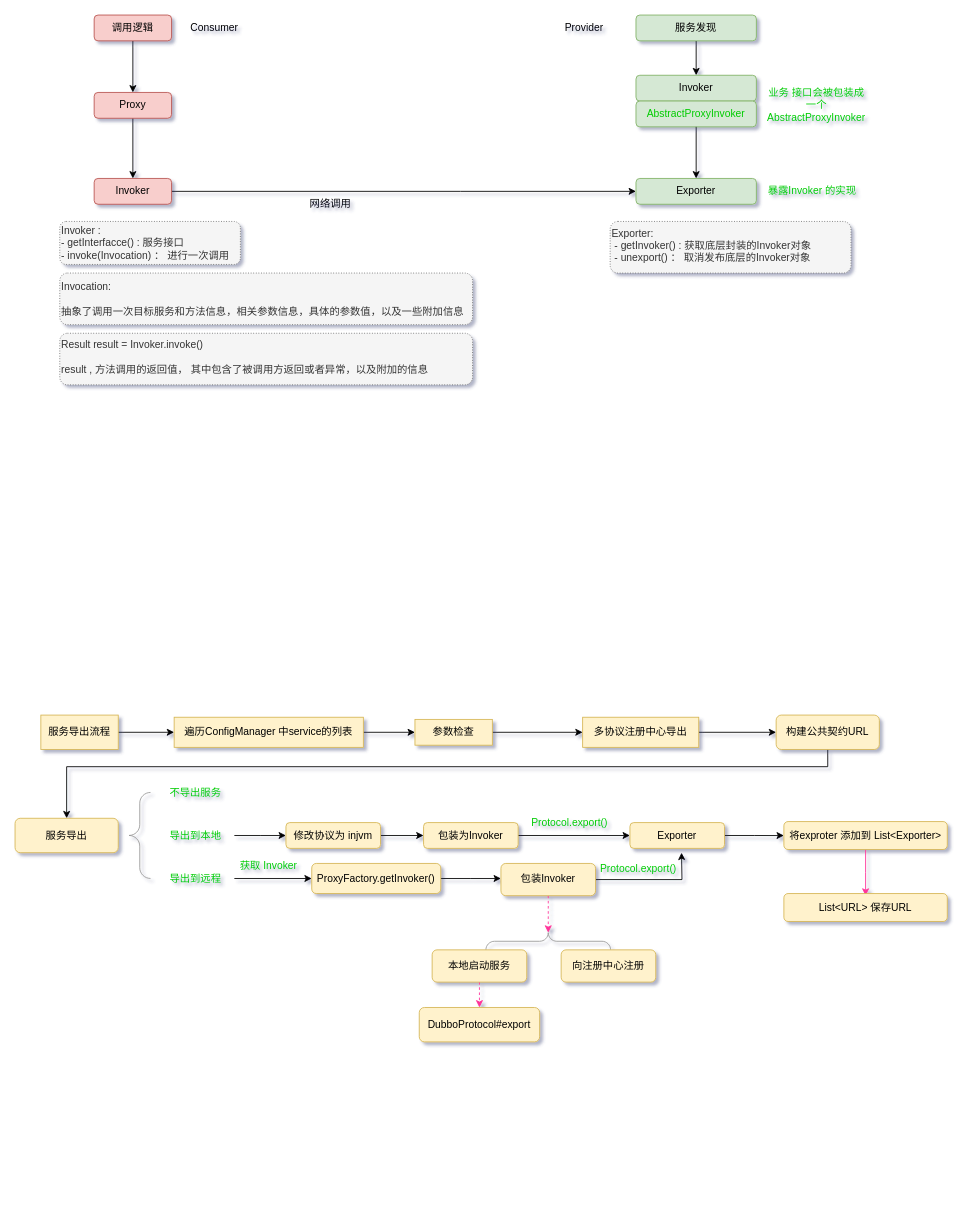
This is dubbo - 总结流程图.drawio from topyuluo/photo-project, a draw.io file, before an edit. Source tidied: cells renumbered, new cells numbered last; positions are measured from the earlier drawing's top-left corner, leaving out a move shared by most shapes. Both pictures are drawn from the tidied source at 86%, with x=0, y=0 at pixel (15, 15).
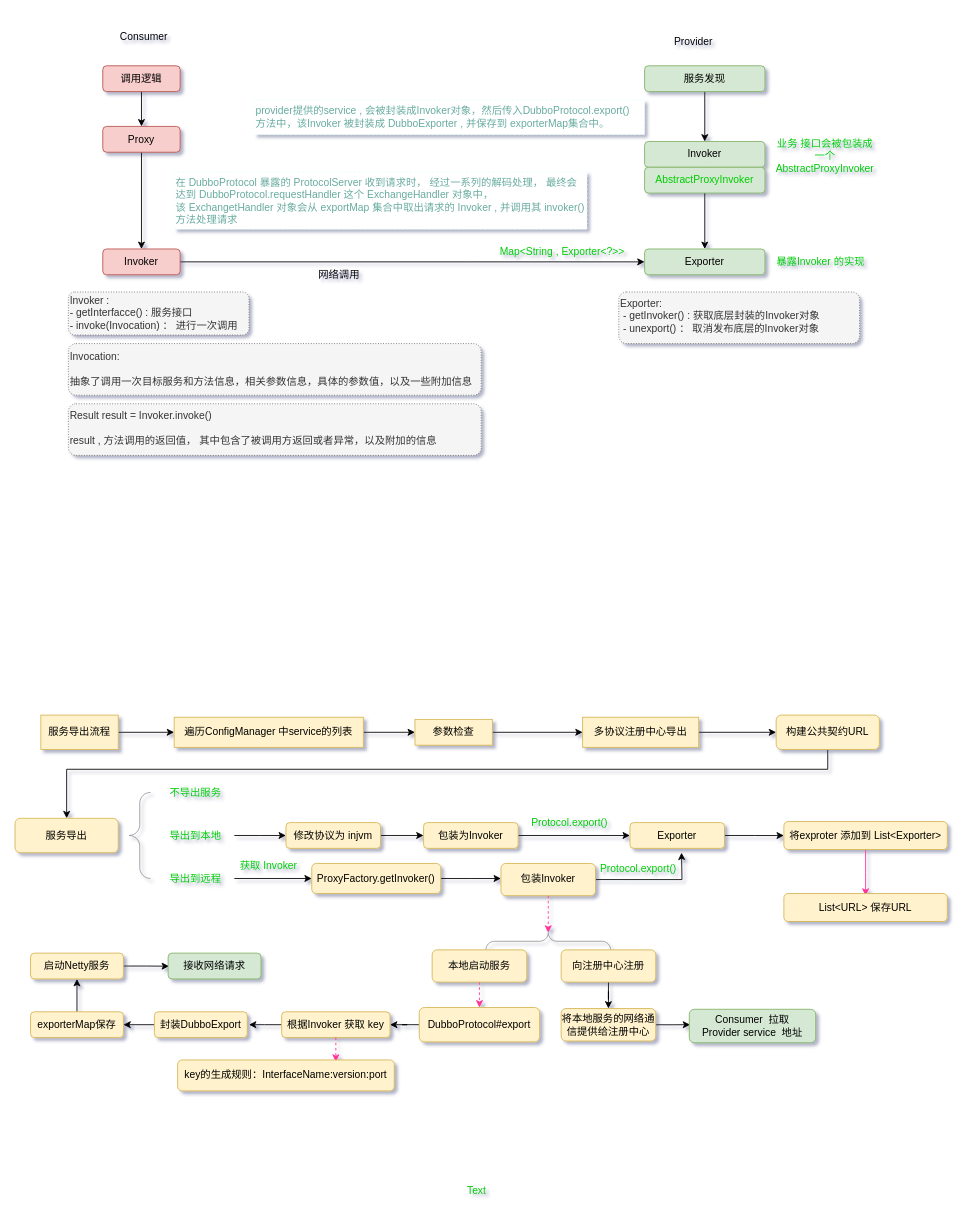
The same page after the edit.

Commit message:
更新dubbo - 总结流程图.drawio

Unchanged cells that the change refers to:
```xml
<mxCell id="32" value="构建公共契约URL" style="rounded=1;whiteSpace=wrap;html=1;align=center;fillColor=#fff2cc;strokeColor=#d6b656;" parent="1" vertex="1">
  <mxGeometry x="885" y="814" width="120" height="40" as="geometry" />
</mxCell>
<mxCell id="33" value="服务导出" style="rounded=1;whiteSpace=wrap;html=1;align=center;fillColor=#fff2cc;strokeColor=#d6b656;" parent="1" vertex="1">
  <mxGeometry y="934" width="120" height="40" as="geometry" />
</mxCell>
<mxCell id="59" value="向注册中心注册" style="rounded=1;whiteSpace=wrap;html=1;align=center;fillColor=#fff2cc;strokeColor=#d6b656;" parent="1" vertex="1">
  <mxGeometry x="635" y="1087" width="110" height="37.5" as="geometry" />
</mxCell>
<mxCell id="60" value="DubboProtocol#export" style="rounded=1;whiteSpace=wrap;html=1;align=center;fillColor=#fff2cc;strokeColor=#d6b656;" parent="1" vertex="1">
  <mxGeometry x="470" y="1154" width="140" height="40" as="geometry" />
</mxCell>
```

What changed in the source:
```diff
@@
     <mxCell id="3" value="调用逻辑" style="rounded=1;whiteSpace=wrap;html=1;fillColor=#f8cecc;strokeColor=#b85450;" parent="1" vertex="1">
-      <mxGeometry x="92" width="90" height="30" as="geometry" />
+      <mxGeometry x="102" y="59" width="90" height="30" as="geometry" />
     </mxCell>
@@
     <mxCell id="5" value="Proxy" style="rounded=1;whiteSpace=wrap;html=1;fillColor=#f8cecc;strokeColor=#b85450;" parent="1" vertex="1">
-      <mxGeometry x="92" y="90" width="90" height="30" as="geometry" />
+      <mxGeometry x="102" y="129.5" width="90" height="30" as="geometry" />
     </mxCell>
     <mxCell id="6" style="edgeStyle=orthogonalEdgeStyle;rounded=0;jettySize=auto;html=1;entryX=0;entryY=0.5;entryDx=0;entryDy=0;" parent="1" edge="1" source="7" target="8">
       <mxGeometry relative="1" as="geometry">
         <Array as="points">
-          <mxPoint x="518" y="205" />
-          <mxPoint x="518" y="205" />
+          <mxPoint x="528" y="287" />
+          <mxPoint x="528" y="287" />
         </Array>
       </mxGeometry>
     </mxCell>
     <mxCell id="7" value="Invoker" style="rounded=1;whiteSpace=wrap;html=1;fillColor=#f8cecc;strokeColor=#b85450;" parent="1" vertex="1">
-      <mxGeometry x="92" y="190" width="90" height="30" as="geometry" />
+      <mxGeometry x="102" y="272" width="90" height="30" as="geometry" />
     </mxCell>
     <mxCell id="8" value="Exporter" style="rounded=1;whiteSpace=wrap;html=1;fillColor=#d5e8d4;strokeColor=#82b366;" parent="1" vertex="1">
-      <mxGeometry x="722" y="190" width="140" height="30" as="geometry" />
+      <mxGeometry x="732" y="272" width="140" height="30" as="geometry" />
     </mxCell>
@@
     <mxCell id="10" value="Invoker" style="rounded=1;whiteSpace=wrap;html=1;fillColor=#d5e8d4;strokeColor=#82b366;" parent="1" vertex="1">
-      <mxGeometry x="722" y="70" width="140" height="30" as="geometry" />
+      <mxGeometry x="732" y="147" width="140" height="30" as="geometry" />
     </mxCell>
@@
     <mxCell id="12" value="服务发现" style="rounded=1;whiteSpace=wrap;html=1;fillColor=#d5e8d4;strokeColor=#82b366;" parent="1" vertex="1">
-      <mxGeometry x="722" width="140" height="30" as="geometry" />
+      <mxGeometry x="732" y="59" width="140" height="30" as="geometry" />
     </mxCell>
     <mxCell id="13" value="Provider" style="text;html=1;strokeColor=none;fillColor=none;align=center;verticalAlign=middle;whiteSpace=wrap;rounded=0;" parent="1" vertex="1">
-      <mxGeometry x="642" y="5" width="40" height="20" as="geometry" />
+      <mxGeometry x="750" y="17" width="78" height="27" as="geometry" />
     </mxCell>
     <mxCell id="14" value="Consumer" style="text;html=1;strokeColor=none;fillColor=none;align=center;verticalAlign=middle;whiteSpace=wrap;rounded=0;" parent="1" vertex="1">
-      <mxGeometry x="212" y="5" width="40" height="20" as="geometry" />
+      <mxGeometry x="130" y="15" width="40" height="20" as="geometry" />
     </mxCell>
     <mxCell id="15" value="网络调用" style="text;html=1;strokeColor=none;fillColor=none;align=center;verticalAlign=middle;whiteSpace=wrap;rounded=0;" parent="1" vertex="1">
-      <mxGeometry x="322" y="210" width="90" height="20" as="geometry" />
+      <mxGeometry x="332" y="292" width="90" height="20" as="geometry" />
     </mxCell>
     <mxCell id="16" value="&lt;span&gt;Invocation:&lt;/span&gt;&lt;br&gt;&lt;br&gt;&lt;span&gt;抽象了调用一次目标服务和方法信息，相关参数信息，具体的参数值，以及一些附加信息&lt;/span&gt;" style="rounded=1;whiteSpace=wrap;html=1;fontColor=#333333;align=left;dashed=1;dashPattern=1 2;fillColor=#f5f5f5;strokeColor=#666666;" parent="1" vertex="1">
-      <mxGeometry x="52" y="300" width="480" height="60" as="geometry" />
+      <mxGeometry x="62" y="382" width="480" height="60" as="geometry" />
     </mxCell>
     <mxCell id="17" value="&lt;span&gt;Invoker :&lt;br&gt;- getInterfacce() : 服务接口&lt;/span&gt;&lt;br&gt;&lt;span&gt;- invoke(Invocation) ： 进行一次调用&lt;/span&gt;" style="rounded=1;whiteSpace=wrap;html=1;dashed=1;align=left;dashPattern=1 2;fillColor=#f5f5f5;strokeColor=#666666;fontColor=#333333;" parent="1" vertex="1">
-      <mxGeometry x="52" y="240" width="210" height="50" as="geometry" />
+      <mxGeometry x="62" y="322" width="210" height="50" as="geometry" />
     </mxCell>
     <mxCell id="18" value="Result result = Invoker.invoke()&lt;br&gt;&lt;br&gt;result , 方法调用的返回值， 其中包含了被调用方返回或者异常，以及附加的信息" style="rounded=1;whiteSpace=wrap;html=1;fontColor=#333333;align=left;dashed=1;dashPattern=1 2;fillColor=#f5f5f5;strokeColor=#666666;verticalAlign=top;" parent="1" vertex="1">
-      <mxGeometry x="52" y="370" width="480" height="60" as="geometry" />
+      <mxGeometry x="62" y="452" width="480" height="60" as="geometry" />
     </mxCell>
     <mxCell id="19" value="&lt;span style=&quot;color: rgb(0 , 204 , 0)&quot;&gt;AbstractProxyInvoker&lt;/span&gt;" style="rounded=1;whiteSpace=wrap;html=1;fillColor=#d5e8d4;strokeColor=#82b366;" parent="1" vertex="1">
-      <mxGeometry x="722" y="100" width="140" height="30" as="geometry" />
+      <mxGeometry x="732" y="177" width="140" height="30" as="geometry" />
     </mxCell>
     <mxCell id="20" value="业务 接口会被包装成一个 AbstractProxyInvoker" style="text;html=1;strokeColor=none;fillColor=none;align=center;verticalAlign=middle;whiteSpace=wrap;rounded=0;dashed=1;dashPattern=1 2;fontColor=#00CC00;" parent="1" vertex="1">
-      <mxGeometry x="872" y="80" width="120" height="50" as="geometry" />
+      <mxGeometry x="882" y="139" width="120" height="50" as="geometry" />
     </mxCell>
     <mxCell id="21" value="暴露Invoker 的实现" style="text;html=1;strokeColor=none;fillColor=none;align=center;verticalAlign=middle;whiteSpace=wrap;rounded=0;dashed=1;dashPattern=1 2;fontColor=#00CC00;" parent="1" vertex="1">
-      <mxGeometry x="872" y="192.5" width="110" height="25" as="geometry" />
+      <mxGeometry x="882" y="274.5" width="110" height="25" as="geometry" />
     </mxCell>
     <mxCell id="22" value="Exporter:&lt;br&gt;&amp;nbsp;- getInvoker() : 获取底层封装的Invoker对象&lt;br&gt;&amp;nbsp;- unexport() ： 取消发布底层的Invoker对象" style="rounded=1;whiteSpace=wrap;html=1;dashed=1;align=left;dashPattern=1 2;fillColor=#f5f5f5;strokeColor=#666666;fontColor=#333333;verticalAlign=top;" parent="1" vertex="1">
-      <mxGeometry x="692" y="240" width="280" height="60" as="geometry" />
+      <mxGeometry x="702" y="322" width="280" height="60" as="geometry" />
     </mxCell>
@@
     <mxCell id="31" style="edgeStyle=orthogonalEdgeStyle;rounded=0;jettySize=auto;html=1;entryX=0.5;entryY=0;entryDx=0;entryDy=0;fontColor=#00CC00;" parent="1" edge="1" source="32" target="33">
       <mxGeometry relative="1" as="geometry">
         <Array as="points">
-          <mxPoint x="945" y="874" />
-          <mxPoint x="60" y="874" />
+          <mxPoint x="945" y="877" />
+          <mxPoint x="60" y="877" />
         </Array>
       </mxGeometry>
     </mxCell>
@@
+    <mxCell id="62" style="edgeStyle=orthogonalEdgeStyle;rounded=0;jettySize=auto;html=1;exitX=0.5;exitY=1;exitDx=0;exitDy=0;strokeColor=#000000;fontColor=#00CC00;" parent="1" edge="1" source="59" target="78">
+      <mxGeometry relative="1" as="geometry" />
+    </mxCell>
@@
+    <mxCell id="63" style="edgeStyle=orthogonalEdgeStyle;rounded=0;jettySize=auto;html=1;entryX=1;entryY=0.5;entryDx=0;entryDy=0;strokeColor=#000000;fontColor=#00CC00;" parent="1" edge="1" source="60" target="66">
+      <mxGeometry relative="1" as="geometry" />
+    </mxCell>
@@
+    <mxCell id="64" value="Map&amp;lt;String , Exporter&amp;lt;?&amp;gt;&amp;gt;" style="text;html=1;strokeColor=none;fillColor=none;align=center;verticalAlign=middle;whiteSpace=wrap;rounded=0;fontColor=#00CC00;" parent="1" vertex="1">
+      <mxGeometry x="554" y="264" width="165" height="22" as="geometry" />
+    </mxCell>
+    <mxCell id="65" style="edgeStyle=orthogonalEdgeStyle;rounded=0;jettySize=auto;html=1;strokeColor=#000000;fontColor=#00CC00;" parent="1" edge="1" source="66">
+      <mxGeometry relative="1" as="geometry">
+        <mxPoint x="272" y="1174" as="targetPoint" />
+      </mxGeometry>
+    </mxCell>
+    <mxCell id="66" value="根据Invoker 获取 key" style="rounded=1;whiteSpace=wrap;html=1;align=center;fillColor=#fff2cc;strokeColor=#d6b656;" parent="1" vertex="1">
+      <mxGeometry x="310" y="1159" width="126" height="30" as="geometry" />
+    </mxCell>
+    <mxCell id="67" style="edgeStyle=orthogonalEdgeStyle;rounded=0;jettySize=auto;html=1;exitX=0;exitY=0.5;exitDx=0;exitDy=0;entryX=1;entryY=0.5;entryDx=0;entryDy=0;strokeColor=#000000;fontColor=#00CC00;" parent="1" edge="1" source="68" target="70">
+      <mxGeometry relative="1" as="geometry" />
+    </mxCell>
+    <mxCell id="68" value="封装DubboExport" style="rounded=1;whiteSpace=wrap;html=1;align=center;fillColor=#fff2cc;strokeColor=#d6b656;" parent="1" vertex="1">
+      <mxGeometry x="162" y="1159" width="108" height="30" as="geometry" />
+    </mxCell>
+    <mxCell id="69" style="edgeStyle=orthogonalEdgeStyle;rounded=0;jettySize=auto;html=1;exitX=0.5;exitY=0;exitDx=0;exitDy=0;entryX=0.5;entryY=1;entryDx=0;entryDy=0;strokeColor=#000000;fontColor=#00CC00;" parent="1" edge="1" source="70" target="72">
+      <mxGeometry relative="1" as="geometry" />
+    </mxCell>
+    <mxCell id="70" value="exporterMap保存" style="rounded=1;whiteSpace=wrap;html=1;align=center;fillColor=#fff2cc;strokeColor=#d6b656;" parent="1" vertex="1">
+      <mxGeometry x="18" y="1159" width="108" height="30" as="geometry" />
+    </mxCell>
+    <mxCell id="71" style="edgeStyle=orthogonalEdgeStyle;rounded=0;jettySize=auto;html=1;exitX=1;exitY=0.5;exitDx=0;exitDy=0;strokeColor=#000000;fontColor=#00CC00;" parent="1" edge="1" source="72">
+      <mxGeometry relative="1" as="geometry">
+        <mxPoint x="179" y="1106" as="targetPoint" />
+      </mxGeometry>
+    </mxCell>
+    <mxCell id="72" value="启动Netty服务" style="rounded=1;whiteSpace=wrap;html=1;align=center;fillColor=#fff2cc;strokeColor=#d6b656;" parent="1" vertex="1">
+      <mxGeometry x="18" y="1090.8" width="108" height="30" as="geometry" />
+    </mxCell>
+    <mxCell id="73" style="edgeStyle=orthogonalEdgeStyle;rounded=0;jettySize=auto;html=1;exitX=0.5;exitY=1;exitDx=0;exitDy=0;dashed=1;strokeColor=#FF3399;fontColor=#00CC00;" parent="1" edge="1" source="66">
+      <mxGeometry relative="1" as="geometry">
+        <mxPoint x="373" y="1217" as="targetPoint" />
+      </mxGeometry>
+    </mxCell>
+    <mxCell id="74" value="Text" style="text;html=1;strokeColor=none;fillColor=none;align=center;verticalAlign=middle;whiteSpace=wrap;rounded=0;fontColor=#00CC00;" parent="1" vertex="1">
+      <mxGeometry x="517" y="1357" width="40" height="20" as="geometry" />
+    </mxCell>
+    <mxCell id="75" value="key的生成规则：InterfaceName:version:port" style="rounded=1;whiteSpace=wrap;html=1;align=center;fillColor=#fff2cc;strokeColor=#d6b656;" parent="1" vertex="1">
+      <mxGeometry x="189" y="1215" width="252" height="36" as="geometry" />
+    </mxCell>
+    <mxCell id="76" value="接收网络请求" style="rounded=1;whiteSpace=wrap;html=1;align=center;fillColor=#d5e8d4;strokeColor=#82b366;" parent="1" vertex="1">
+      <mxGeometry x="178" y="1090.8" width="108" height="30" as="geometry" />
+    </mxCell>
+    <mxCell id="77" style="edgeStyle=orthogonalEdgeStyle;rounded=0;jettySize=auto;html=1;exitX=1;exitY=0.5;exitDx=0;exitDy=0;entryX=0;entryY=0.5;entryDx=0;entryDy=0;strokeColor=#000000;fontColor=#00CC00;" parent="1" edge="1" source="78">
+      <mxGeometry relative="1" as="geometry">
+        <mxPoint x="785" y="1174" as="targetPoint" />
+      </mxGeometry>
+    </mxCell>
+    <mxCell id="78" value="将本地服务的网络通信提供给注册中心" style="rounded=1;whiteSpace=wrap;html=1;align=center;fillColor=#fff2cc;strokeColor=#d6b656;" parent="1" vertex="1">
+      <mxGeometry x="635" y="1155.2" width="110" height="37.8" as="geometry" />
+    </mxCell>
+    <mxCell id="79" value="Consumer&amp;nbsp; 拉取 &lt;br&gt;Provider service&amp;nbsp; 地址" style="rounded=1;whiteSpace=wrap;html=1;align=center;fillColor=#d5e8d4;strokeColor=#82b366;" parent="1" vertex="1">
+      <mxGeometry x="784" y="1156.1" width="147" height="38.9" as="geometry" />
+    </mxCell>
+    <mxCell id="80" value="provider提供的service , 会被封装成Invoker对象，然后传入DubboProtocol.export()&lt;br&gt;方法中，该Invoker 被封装成 DubboExporter , 并保存到 exporterMap集合中。" style="rounded=0;whiteSpace=wrap;html=1;align=left;dashed=1;dashPattern=1 4;strokeColor=#CCFFFF;fontColor=#67AB9F;" parent="1" vertex="1">
+      <mxGeometry x="278" y="98.5" width="454" height="40.5" as="geometry" />
+    </mxCell>
+    <mxCell id="81" value="在 DubboProtocol 暴露的 ProtocolServer 收到请求时， 经过一系列的解码处理， 最终会达到 DubboProtocol.requestHandler 这个 ExchangeHandler 对象中，&lt;br&gt;该 ExchangetHandler 对象会从 exportMap 集合中取出请求的 Invoker , 并调用其 invoker() 方法处理请求" style="rounded=0;whiteSpace=wrap;html=1;align=left;dashed=1;dashPattern=1 4;strokeColor=#CCFFFF;fontColor=#67AB9F;" parent="1" vertex="1">
+      <mxGeometry x="185" y="182" width="480" height="67" as="geometry" />
+    </mxCell>
```
